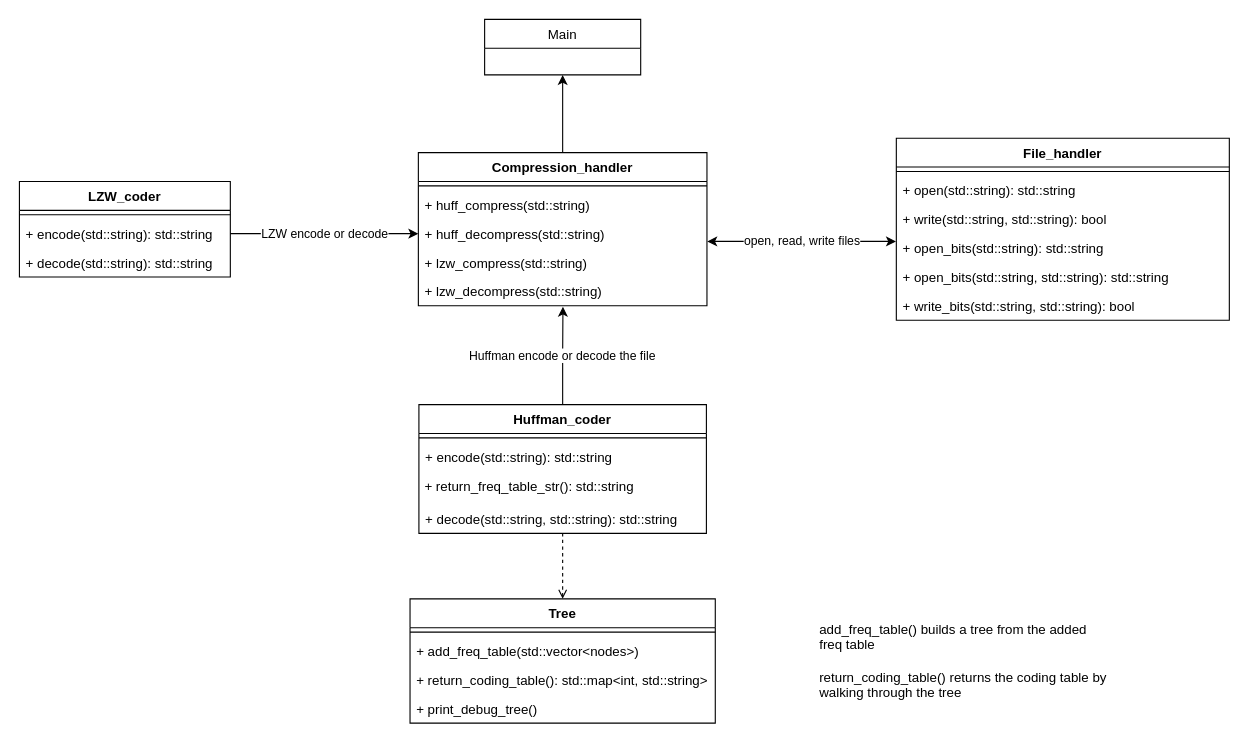
Before: docs/drawio/Overview.drawio in pip12345/Compression, a draw.io diagram. Source tidied: cells renumbered, new cells numbered last; positions are measured from the earlier drawing's top-left corner, leaving out a move shared by most shapes. Both pictures are drawn from the tidied source at 111%, with x=0, y=0 at pixel (19, 19).
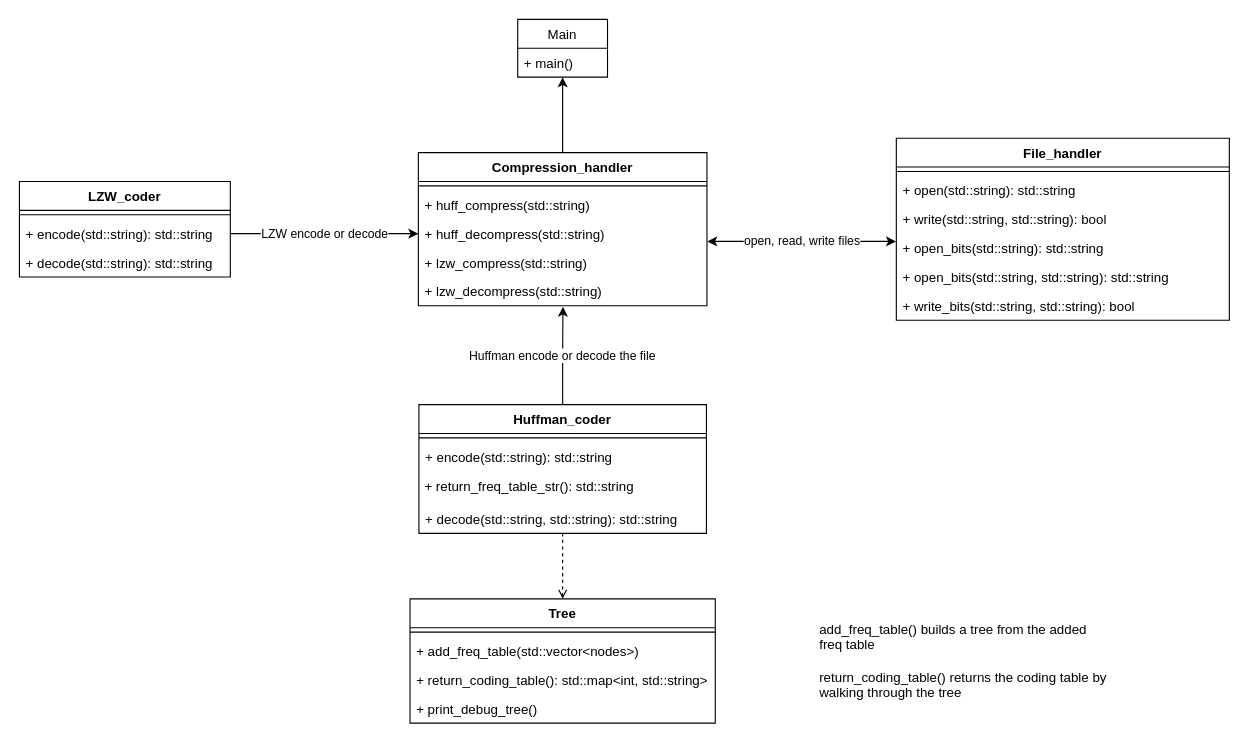
The same page after the edit.

What changed in the source:
```diff
@@
     <mxCell id="2" value="Main" style="swimlane;fontStyle=0;horizontal=1;startSize=26;fillColor=none;" parent="1" vertex="1">
-      <mxGeometry x="419.1" width="140.6" height="50" as="geometry" />
+      <mxGeometry x="448.9" width="80.9" height="52" as="geometry" />
     </mxCell>
+    <mxCell id="36" value="+ main()" style="text;strokeColor=none;fillColor=none;align=left;verticalAlign=top;spacingLeft=4;spacingRight=4;overflow=hidden;" parent="2" vertex="1">
+      <mxGeometry y="26" width="80.9" height="26" as="geometry" />
+    </mxCell>
```
